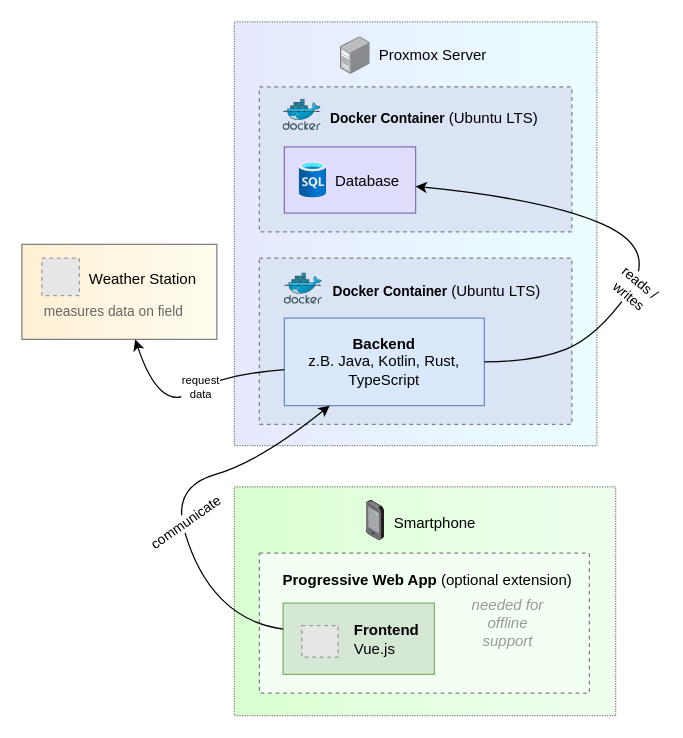
This is docs/architecture/resources/draft_informal.drawio from jakobkmar/E09-modellflug-logbuch, a draw.io file, before an edit. Source tidied: cells renumbered, new cells numbered last; positions are measured from the earlier drawing's top-left corner, leaving out a move shared by most shapes. Both pictures are drawn from the tidied source at 125%, with x=0, y=0 at pixel (21, 21). Pictures stored in the file or linked from it are replaced by grey dashed boxes.
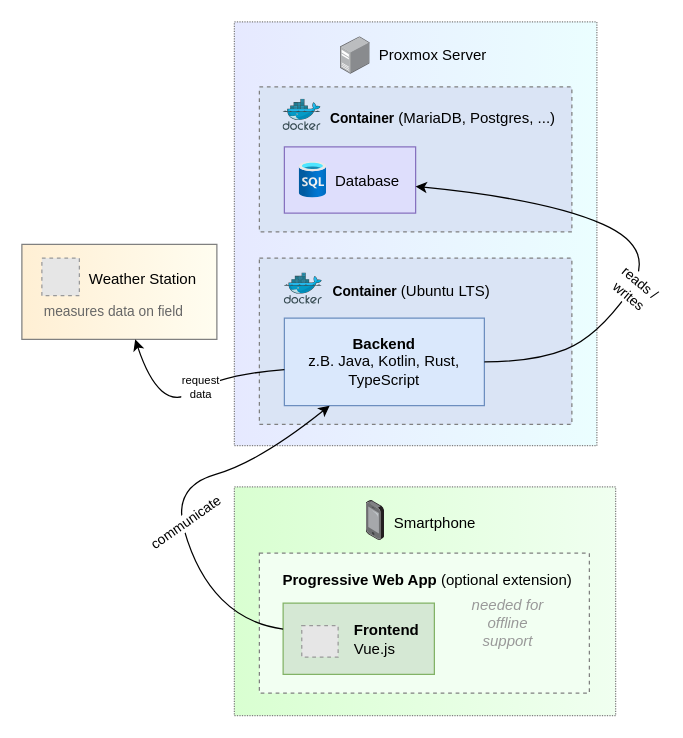
The same diagram, later.

Commit message (it also covers changes not shown here):
Improve informal draft diagram

Change to the diagram source:
```diff
@@
-    <mxCell id="9" value="&lt;b&gt;&lt;font style=&quot;font-size: 11px;&quot;&gt;Docker Container&lt;/font&gt;&lt;/b&gt;&amp;nbsp;(Ubuntu LTS)" style="text;html=1;strokeColor=none;fillColor=none;align=left;verticalAlign=middle;whiteSpace=wrap;rounded=0;" parent="1" vertex="1">
+    <mxCell id="9" value="&lt;b&gt;&lt;font style=&quot;font-size: 11px;&quot;&gt;Container&lt;/font&gt;&lt;/b&gt;&amp;nbsp;(Ubuntu LTS)" style="text;html=1;strokeColor=none;fillColor=none;align=left;verticalAlign=middle;whiteSpace=wrap;rounded=0;" parent="1" vertex="1">
       <mxGeometry x="246.5" y="201" width="200" height="30" as="geometry" />
     </mxCell>
@@
-    <mxCell id="25" value="&lt;b&gt;&lt;font style=&quot;font-size: 11px;&quot;&gt;Docker Container&lt;/font&gt;&lt;/b&gt;&amp;nbsp;(Ubuntu LTS)" style="text;html=1;strokeColor=none;fillColor=none;align=left;verticalAlign=middle;whiteSpace=wrap;rounded=0;" parent="1" vertex="1">
-      <mxGeometry x="245.4" y="62" width="184.6" height="30" as="geometry" />
+    <mxCell id="25" value="&lt;b&gt;&lt;font style=&quot;font-size: 11px;&quot;&gt;Container&lt;/font&gt;&lt;/b&gt;&amp;nbsp;(MariaDB, Postgres, ...)" style="text;html=1;strokeColor=none;fillColor=none;align=left;verticalAlign=middle;whiteSpace=wrap;rounded=0;" parent="1" vertex="1">
+      <mxGeometry x="245.4" y="62" width="194.6" height="30" as="geometry" />
     </mxCell>
```
